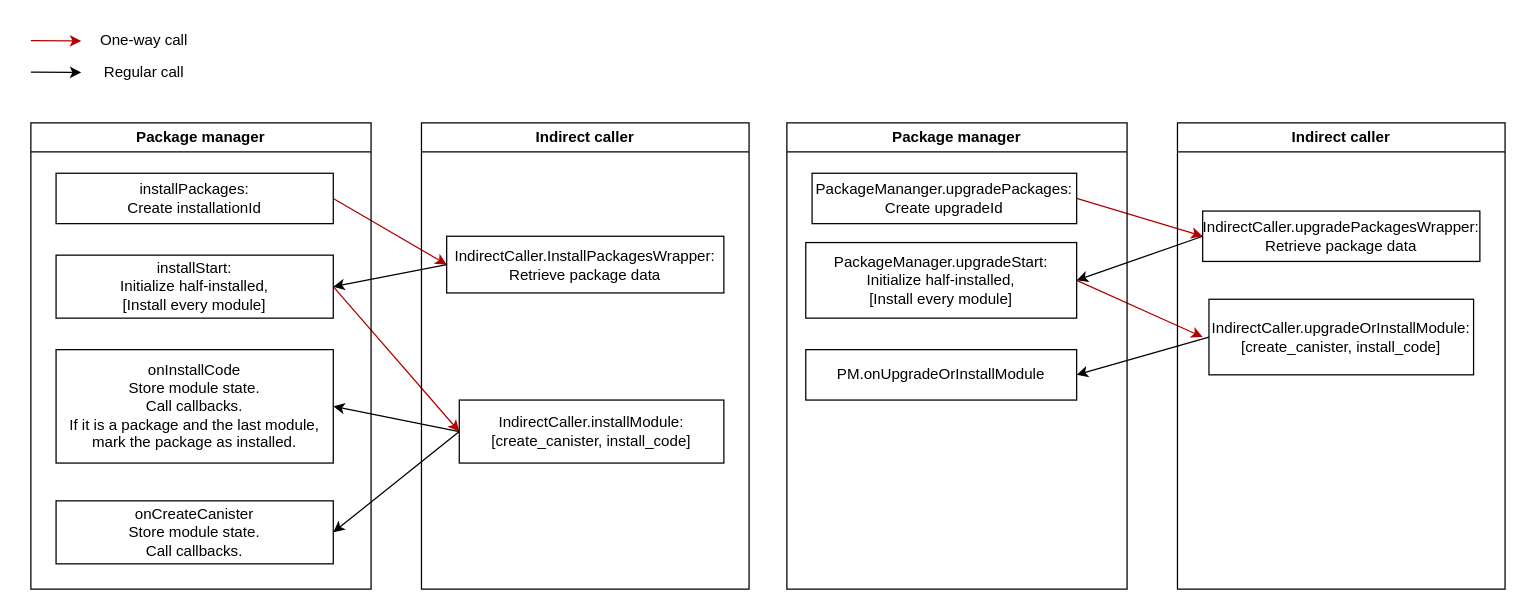
vporton/icp-package-manager keeps this draw.io diagram as docs/calls.drawio. Above is the earlier version. Source tidied: cells renumbered, new cells numbered last; positions are measured from the earlier drawing's top-left corner, leaving out a move shared by most shapes. Both pictures are drawn from the tidied source at 126%, with x=0, y=0 at pixel (30, 21).
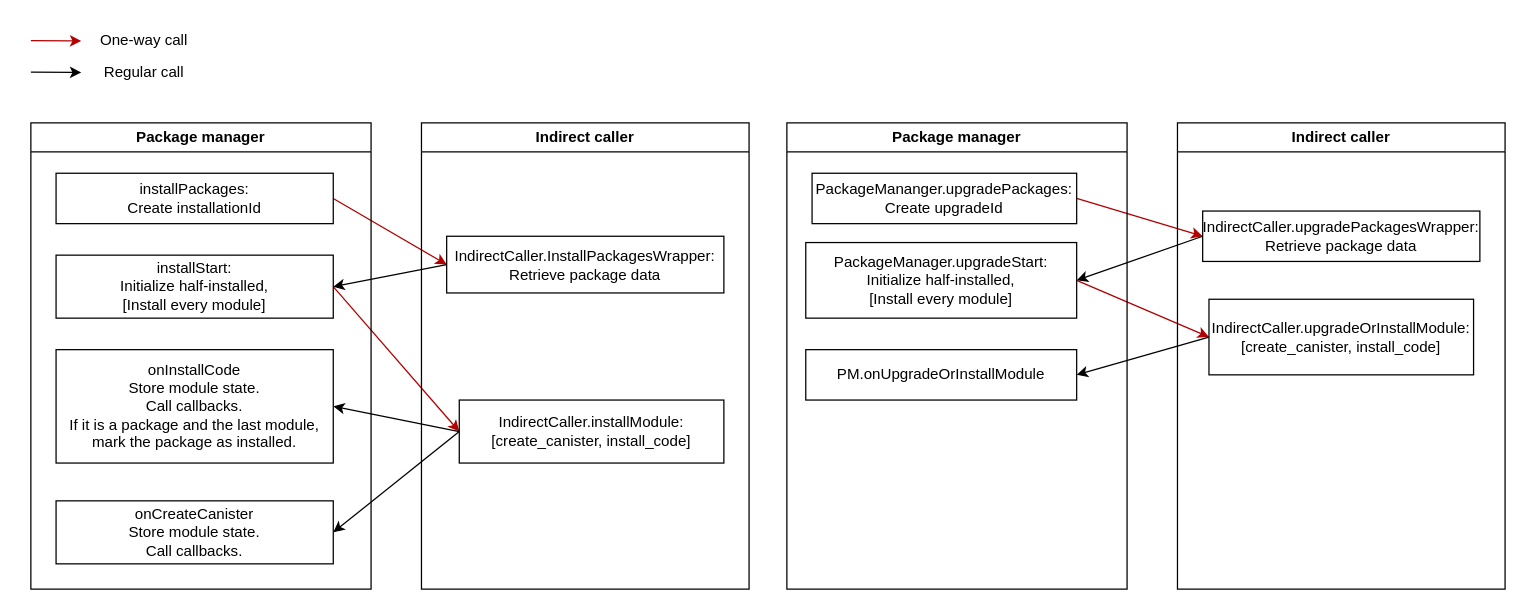
Above is the later version.

Commit message:
fix bug in the diagram

The change refers to these unchanged cells:
```xml
<mxCell id="25" value="&lt;div&gt;PackageManager.upgradeStart:&lt;/div&gt;&lt;div&gt;Initialize half-installed,&lt;/div&gt;&lt;div&gt;[Install every module]&lt;/div&gt;" style="rounded=0;whiteSpace=wrap;html=1;" parent="23" vertex="1">
  <mxGeometry x="15" y="95" width="215" height="60" as="geometry" />
</mxCell>
<mxCell id="29" value="&lt;div&gt;IndirectCaller.upgradeOrI&lt;span style=&quot;background-color: transparent; color: light-dark(rgb(0, 0, 0), rgb(255, 255, 255));&quot;&gt;nstallModule:&lt;/span&gt;&lt;/div&gt;&lt;div&gt;[create_canister, install_code]&lt;/div&gt;" style="rounded=0;whiteSpace=wrap;html=1;" parent="27" vertex="1">
  <mxGeometry x="25" y="140" width="210" height="60" as="geometry" />
</mxCell>
```

The edit, as a diff of the source:
```diff
@@
-    <mxCell id="13" style="endArrow=classic;html=1;rounded=0;exitX=1;exitY=0.5;exitDx=0;exitDy=0;fillColor=#e51400;strokeColor=#B20000;" parent="1" edge="1" source="25">
-      <mxGeometry relative="1" as="geometry">
-        <mxPoint x="930" y="250" as="targetPoint" />
-      </mxGeometry>
+    <mxCell id="13" style="endArrow=classic;html=1;rounded=0;exitX=1;exitY=0.5;exitDx=0;exitDy=0;fillColor=#e51400;strokeColor=#B20000;entryX=0;entryY=0.5;entryDx=0;entryDy=0;" parent="1" edge="1" source="25" target="29">
+      <mxGeometry relative="1" as="geometry" />
     </mxCell>
```
